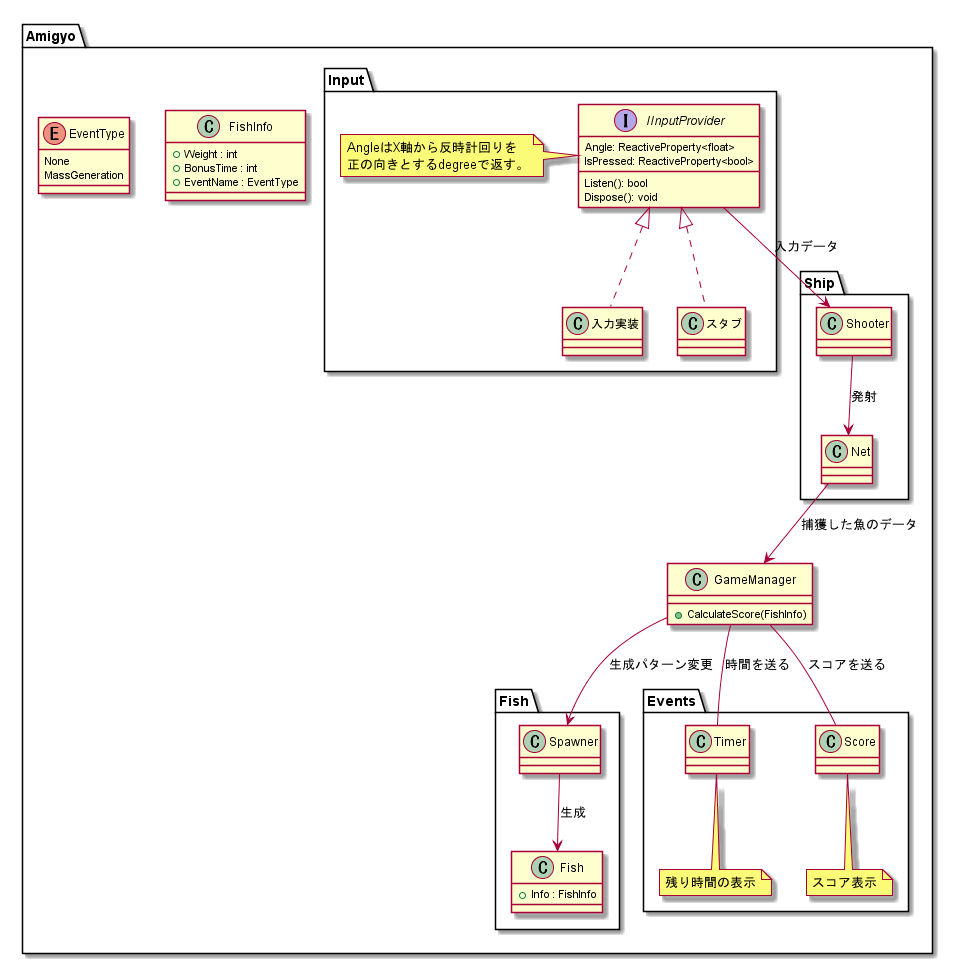
pumpkin1126/ami-gyo keeps this PlantUML diagram as docs/resources/Amigyo-class.png. Above is the earlier version. Its diagram source:
```plantuml
@startuml Amigyo-class

namespace Amigyo {

    namespace Input {
        interface IInputProvider {
            Angle: ReactiveProperty<float>
            IsPressed: ReactiveProperty<bool>
            Listen(): bool
            Dispose(): void
        }
        note left
        AngleはX軸から反時計回りを
        正の向きとするdegreeで返す。
        end note

        IInputProvider <|.. 入力実装
        IInputProvider <|.. スタブ
    }

    namespace Fish{
        class Spawner{

        }
        abstract class Fish

        Spawner --> Fish : 生成

        class Fish{
            + Info : FishInfo
        }
    }

    class GameManager{
        + CalculateScore(FishInfo)
    }

    class FishInfo{
        + Weight : int
        + BonusTime : int
        + EventName : EventType
    }

    enum EventType{
        None
        MassGeneration
    }

    namespace Events{

        class Timer{

        }
        note bottom : 残り時間の表示

        class Score{

        }
        note bottom : スコア表示
    }

    namespace Ship{
        class Shooter{

        }
        class Net

        Shooter --> Net : 発射
    }

    GameManager -- Amigyo.Events.Timer : 時間を送る
    GameManager -- Amigyo.Events.Score : スコアを送る
    GameManager --> Amigyo.Fish.Spawner : 生成パターン変更
    Amigyo.Ship.Net --> GameManager : 捕獲した魚のデータ
    Amigyo.Input.IInputProvider --> Amigyo.Ship.Shooter : 入力データ
}
@enduml
```
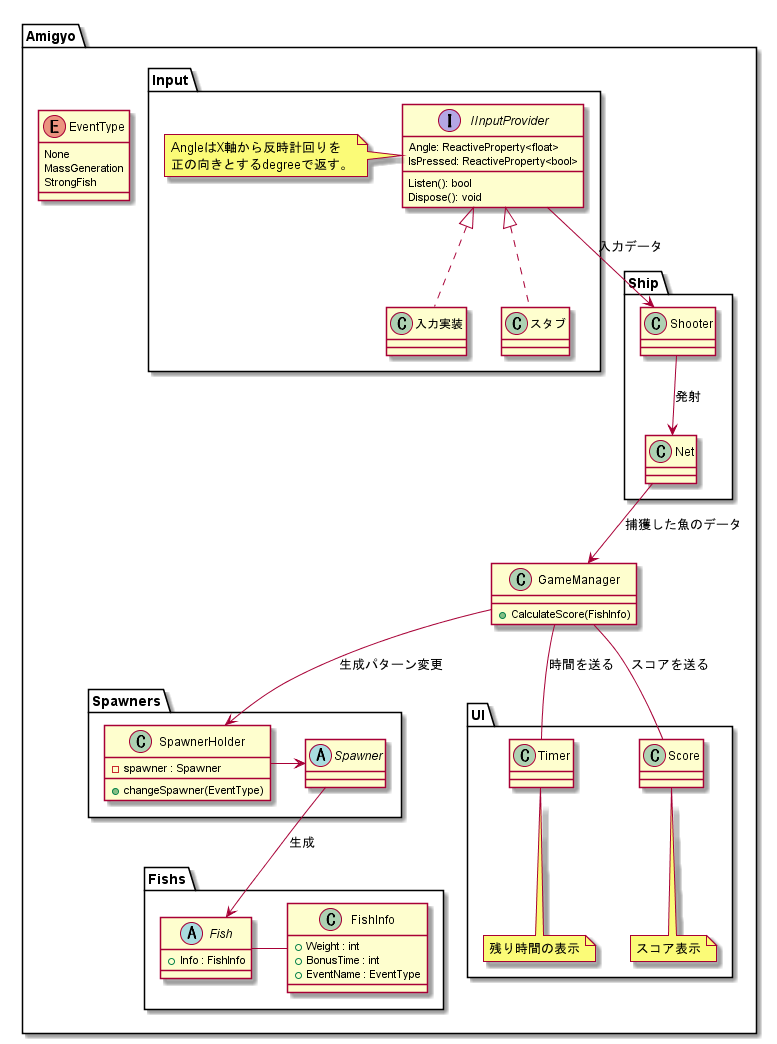
Above is the later version.

Commit message:
内部設計変更

What changed in the source:
```diff
@@ -18,15 +18,27 @@
         IInputProvider <|.. スタブ
     }
 
-    namespace Fish{
-        class Spawner{
+    namespace Spawners{
+        class SpawnerHolder{
+            - spawner : Spawner
+            + changeSpawner(EventType)
+        }
+
+        abstract class Spawner{
 
         }
-        abstract class Fish
 
-        Spawner --> Fish : 生成
+        SpawnerHolder -> Spawner
+    }
 
-        class Fish{
+    namespace Fishs{
+        class FishInfo{
+            + Weight : int
+            + BonusTime : int
+            + EventName : EventType
+        }
+
+        abstract class Fish{
             + Info : FishInfo
         }
     }
@@ -35,18 +47,13 @@
         + CalculateScore(FishInfo)
     }
 
-    class FishInfo{
-        + Weight : int
-        + BonusTime : int
-        + EventName : EventType
-    }
-
     enum EventType{
         None
         MassGeneration
+        StrongFish
     }
 
-    namespace Events{
+    namespace UI{
 
         class Timer{
 
@@ -68,10 +75,12 @@
         Shooter --> Net : 発射
     }
 
-    GameManager -- Amigyo.Events.Timer : 時間を送る
-    GameManager -- Amigyo.Events.Score : スコアを送る
-    GameManager --> Amigyo.Fish.Spawner : 生成パターン変更
+    GameManager -- Amigyo.UI.Timer : 時間を送る
+    GameManager -- Amigyo.UI.Score : スコアを送る
+    GameManager --> Amigyo.Spawners.SpawnerHolder : 生成パターン変更
     Amigyo.Ship.Net --> GameManager : 捕獲した魚のデータ
     Amigyo.Input.IInputProvider --> Amigyo.Ship.Shooter : 入力データ
+    Amigyo.Spawners.Spawner --> Amigyo.Fishs.Fish : 生成
+    Amigyo.Fishs.Fish - Amigyo.Fishs.FishInfo
 }
 @enduml
```
